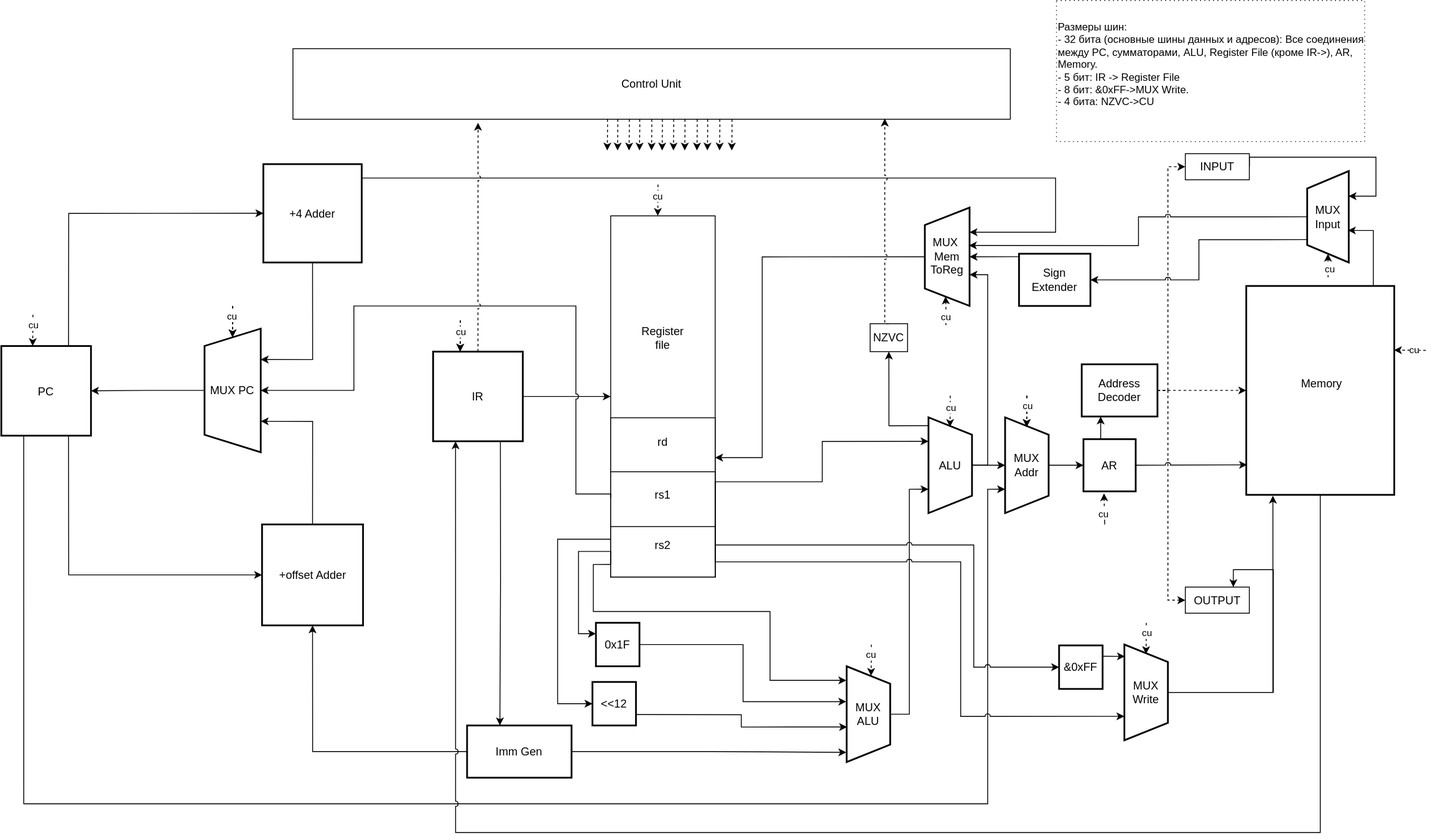
Above: new_vers.drawio.svg in Cass11037/csa-scheme (draw.io), before the change. Source tidied: cells renumbered, new cells last; positions are measured from the earlier drawing's top-left corner, leaving out a move shared by most shapes.
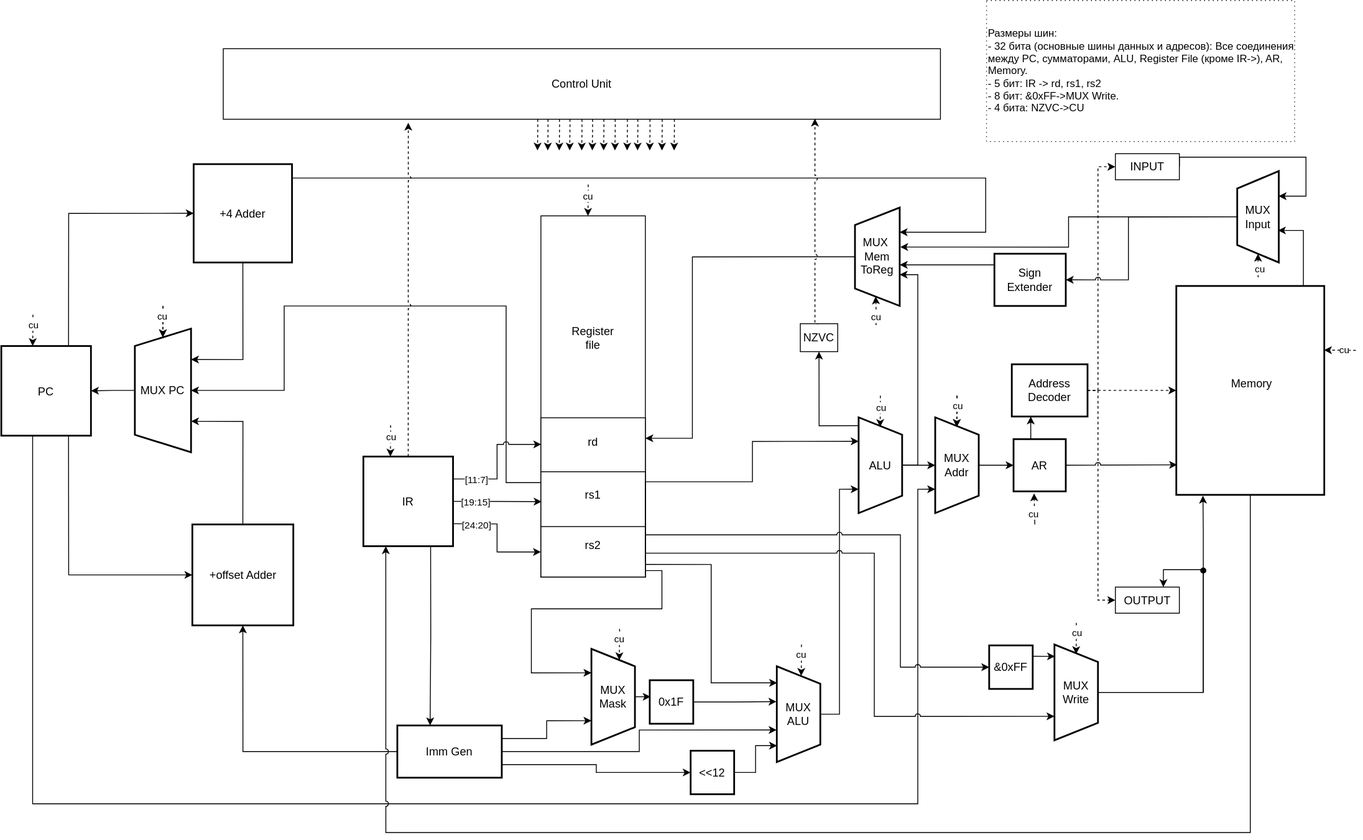
The same file after the commit.

Commit message:
fix(mask): fixed 0x1F && MUX Input && <<12 for lui

The edit, as a diff of the source:
```diff
@@ -7,5 +7,6 @@
         <Array as="points">
-          <mxPoint x="26" y="923" />
+          <mxPoint x="116" y="500" />
+          <mxPoint x="116" y="923" />
           <mxPoint x="1133" y="923" />
-          <mxPoint x="1133" y="561" />
+          <mxPoint x="1133" y="562" />
         </Array>
@@ -20,3 +21,3 @@
     <mxCell id="5" value="PC" style="rounded=0;whiteSpace=wrap;html=1;strokeWidth=2;imageWidth=24;imageHeight=24;fontSize=13;" parent="1" vertex="1">
-      <mxGeometry y="397" width="103" height="103" as="geometry" />
+      <mxGeometry x="80" y="397" width="103" height="103" as="geometry" />
     </mxCell>
@@ -54,6 +55,6 @@
     <mxCell id="14" style="group;fontSize=13;" parent="1" vertex="1">
-      <mxGeometry x="619" y="247.5" width="201" height="415" as="geometry" />
+      <mxGeometry x="619" y="247.5" width="219" height="415" as="geometry" />
     </mxCell>
     <mxCell id="15" style="group;fontSize=13;" parent="14" vertex="1">
-      <mxGeometry x="81" width="120" height="415" as="geometry" />
+      <mxGeometry x="81" width="138" height="415" as="geometry" />
     </mxCell>
@@ -83,5 +84,2 @@
     </mxCell>
-    <mxCell id="24" style="edgeStyle=orthogonalEdgeStyle;rounded=0;jettySize=auto;html=1;exitX=1;exitY=0.5;exitDx=0;exitDy=0;entryX=0;entryY=0.5;entryDx=0;entryDy=0;jumpStyle=arc;" parent="1" edge="1" source="26" target="16">
-      <mxGeometry relative="1" as="geometry" />
-    </mxCell>
     <mxCell id="25" style="edgeStyle=orthogonalEdgeStyle;rounded=0;jettySize=auto;html=1;exitX=0.75;exitY=1;exitDx=0;exitDy=0;entryX=0.314;entryY=-0.002;entryDx=0;entryDy=0;entryPerimeter=0;" parent="1" edge="1" source="26" target="29">
@@ -89,4 +87,20 @@
     </mxCell>
+    <mxCell id="118" style="edgeStyle=orthogonalEdgeStyle;rounded=0;jettySize=auto;html=1;exitX=1;exitY=0.5;exitDx=0;exitDy=0;entryX=0.006;entryY=0.284;entryDx=0;entryDy=0;entryPerimeter=0;" parent="1" edge="1" source="26" target="18">
+      <mxGeometry relative="1" as="geometry" />
+    </mxCell>
+    <mxCell id="119" value="[19:15]" style="edgeLabel;html=1;align=center;verticalAlign=middle;" parent="118" vertex="1">
+      <mxGeometry x="-0.55" y="-3" relative="1" as="geometry">
+        <mxPoint x="3" y="-3" as="offset" />
+      </mxGeometry>
+    </mxCell>
+    <mxCell id="120" style="edgeStyle=orthogonalEdgeStyle;rounded=0;jettySize=auto;html=1;exitX=1;exitY=0.75;exitDx=0;exitDy=0;" parent="1" edge="1" source="26" target="19">
+      <mxGeometry relative="1" as="geometry" />
+    </mxCell>
+    <mxCell id="121" value="[24:20]" style="edgeLabel;html=1;align=center;verticalAlign=middle;" parent="120" vertex="1">
+      <mxGeometry x="-0.77" relative="1" as="geometry">
+        <mxPoint x="10" y="1" as="offset" />
+      </mxGeometry>
+    </mxCell>
     <mxCell id="26" value="IR" style="rounded=0;whiteSpace=wrap;html=1;strokeWidth=2;imageWidth=24;imageHeight=24;fontSize=13;" parent="1" vertex="1">
-      <mxGeometry x="496" y="403.5" width="103" height="103" as="geometry" />
+      <mxGeometry x="496" y="524" width="103" height="103" as="geometry" />
     </mxCell>
@@ -95,5 +109,11 @@
     </mxCell>
-    <mxCell id="28" style="edgeStyle=orthogonalEdgeStyle;rounded=0;jettySize=auto;html=1;exitX=1;exitY=0.5;exitDx=0;exitDy=0;entryX=0.899;entryY=1.009;entryDx=0;entryDy=0;entryPerimeter=0;" parent="1" edge="1" source="29" target="31">
+    <mxCell id="28" style="edgeStyle=orthogonalEdgeStyle;rounded=0;jettySize=auto;html=1;exitX=1;exitY=0.5;exitDx=0;exitDy=0;entryX=0.665;entryY=1.006;entryDx=0;entryDy=0;entryPerimeter=0;" parent="1" edge="1" source="29" target="31">
       <mxGeometry relative="1" as="geometry" />
     </mxCell>
+    <mxCell id="122" style="edgeStyle=orthogonalEdgeStyle;rounded=0;jettySize=auto;html=1;exitX=1;exitY=0.25;exitDx=0;exitDy=0;entryX=0.75;entryY=1;entryDx=0;entryDy=0;" parent="1" edge="1" source="29" target="124">
+      <mxGeometry relative="1" as="geometry" />
+    </mxCell>
+    <mxCell id="123" style="edgeStyle=orthogonalEdgeStyle;rounded=0;jettySize=auto;html=1;exitX=1;exitY=0.75;exitDx=0;exitDy=0;" parent="1" edge="1" source="29" target="56">
+      <mxGeometry relative="1" as="geometry" />
+    </mxCell>
     <mxCell id="29" value="&amp;nbsp;&lt;br&gt;Imm Gen&lt;div&gt;&lt;br&gt;&lt;/div&gt;" style="rounded=0;whiteSpace=wrap;html=1;strokeWidth=2;fontSize=13;" parent="1" vertex="1">
@@ -158,12 +178,2 @@
     </mxCell>
-    <mxCell id="44" style="edgeStyle=orthogonalEdgeStyle;rounded=0;jettySize=auto;html=1;exitX=0;exitY=0.75;exitDx=0;exitDy=0;entryX=0.147;entryY=1.009;entryDx=0;entryDy=0;entryPerimeter=0;" parent="1" edge="1" source="19" target="31">
-      <mxGeometry relative="1" as="geometry">
-        <Array as="points">
-          <mxPoint x="680" y="648" />
-          <mxPoint x="680" y="702" />
-          <mxPoint x="883" y="702" />
-          <mxPoint x="883" y="781" />
-        </Array>
-      </mxGeometry>
-    </mxCell>
     <mxCell id="45" style="edgeStyle=orthogonalEdgeStyle;rounded=0;jettySize=auto;html=1;exitX=0.5;exitY=1;exitDx=0;exitDy=0;entryX=0.25;entryY=1;entryDx=0;entryDy=0;jumpStyle=arc;" parent="1" edge="1" source="46" target="26">
@@ -207,7 +217,8 @@
     </mxCell>
-    <mxCell id="52" style="edgeStyle=orthogonalEdgeStyle;rounded=0;jettySize=auto;html=1;entryX=1;entryY=0.25;entryDx=0;entryDy=0;exitX=0.5;exitY=0;exitDx=0;exitDy=0;" parent="1" edge="1" source="59" target="17">
+    <mxCell id="52" style="edgeStyle=orthogonalEdgeStyle;rounded=0;jettySize=auto;html=1;exitX=0.5;exitY=0;exitDx=0;exitDy=0;entryX=1;entryY=0.127;entryDx=0;entryDy=0;entryPerimeter=0;" parent="1" edge="1" source="59" target="17">
       <mxGeometry relative="1" as="geometry">
         <Array as="points">
-          <mxPoint x="874" y="295" />
-          <mxPoint x="874" y="525" />
+          <mxPoint x="874" y="294" />
+          <mxPoint x="874" y="503" />
+          <mxPoint x="820" y="503" />
         </Array>
@@ -224,7 +235,6 @@
     </mxCell>
-    <mxCell id="54" style="edgeStyle=orthogonalEdgeStyle;rounded=0;jettySize=auto;html=1;exitX=0;exitY=0.25;exitDx=0;exitDy=0;entryX=0.5;entryY=1;entryDx=0;entryDy=0;jumpStyle=arc;" parent="1" edge="1" source="18" target="12">
+    <mxCell id="54" style="edgeStyle=orthogonalEdgeStyle;rounded=0;jettySize=auto;html=1;entryX=0.5;entryY=1;entryDx=0;entryDy=0;jumpStyle=arc;" parent="1" edge="1" source="18" target="12">
       <mxGeometry relative="1" as="geometry">
         <Array as="points">
-          <mxPoint x="700" y="567" />
-          <mxPoint x="660" y="567" />
+          <mxPoint x="660" y="554" />
           <mxPoint x="660" y="351" />
@@ -235,10 +245,4 @@
     </mxCell>
-    <mxCell id="55" style="edgeStyle=orthogonalEdgeStyle;rounded=0;jettySize=auto;html=1;exitX=1;exitY=0.75;exitDx=0;exitDy=0;entryX=0.634;entryY=0.991;entryDx=0;entryDy=0;entryPerimeter=0;" parent="1" edge="1" source="56" target="31">
-      <mxGeometry relative="1" as="geometry" />
-    </mxCell>
-    <mxCell id="56" value="&amp;lt;&amp;lt;12" style="rounded=0;whiteSpace=wrap;html=1;strokeWidth=2;fontSize=13;" parent="1" vertex="1">
-      <mxGeometry x="679" y="783" width="50" height="50" as="geometry" />
-    </mxCell>
     <mxCell id="57" value="0x1F" style="rounded=0;whiteSpace=wrap;html=1;strokeWidth=2;fontSize=13;" parent="1" vertex="1">
-      <mxGeometry x="683" y="715" width="50" height="50" as="geometry" />
+      <mxGeometry x="825" y="781" width="50" height="50" as="geometry" />
     </mxCell>
@@ -271,5 +275,5 @@
         <Array as="points">
-          <mxPoint x="820" y="645" />
-          <mxPoint x="1102" y="645" />
-          <mxPoint x="1102" y="823" />
+          <mxPoint x="820" y="635" />
+          <mxPoint x="1083" y="635" />
+          <mxPoint x="1083" y="823" />
         </Array>
@@ -277,7 +281,8 @@
     </mxCell>
-    <mxCell id="65" style="edgeStyle=orthogonalEdgeStyle;rounded=0;jettySize=auto;html=1;exitX=0;exitY=0.25;exitDx=0;exitDy=0;entryX=0.5;entryY=1;entryDx=0;entryDy=0;" parent="1" edge="1" source="66" target="59">
+    <mxCell id="65" style="edgeStyle=orthogonalEdgeStyle;rounded=0;jettySize=auto;html=1;exitX=0;exitY=0.25;exitDx=0;exitDy=0;entryX=0.418;entryY=1.003;entryDx=0;entryDy=0;entryPerimeter=0;" parent="1" edge="1" source="66" target="59">
       <mxGeometry relative="1" as="geometry">
         <Array as="points">
+          <mxPoint x="1221" y="294" />
           <mxPoint x="1241" y="294" />
-          <mxPoint x="1177" y="294" />
+          <mxPoint x="1241" y="304" />
         </Array>
@@ -286,3 +291,3 @@
     <mxCell id="66" value="Sign Extender" style="rounded=0;whiteSpace=wrap;html=1;strokeWidth=2;fontSize=13;" parent="1" vertex="1">
-      <mxGeometry x="1169" y="291" width="82" height="60" as="geometry" />
+      <mxGeometry x="1221" y="291" width="82" height="60" as="geometry" />
     </mxCell>
@@ -301,7 +306,12 @@
     </mxCell>
-    <mxCell id="70" value="&lt;div&gt;Размеры шин:&lt;/div&gt;&lt;div&gt;- 32 бита (основные шины данных и адресов):&amp;nbsp;&lt;span style=&quot;background-color: transparent; color: light-dark(rgb(0, 0, 0), rgb(255, 255, 255));&quot;&gt;Все соединения между PC, сумматорами, ALU, Register File (кроме IR-&amp;gt;), AR, Memory.&lt;/span&gt;&lt;/div&gt;&lt;div&gt;- 5 бит: IR -&amp;gt; Register File&lt;/div&gt;&lt;div&gt;- 8 бит:&lt;span style=&quot;background-color: transparent; color: light-dark(rgb(0, 0, 0), rgb(255, 255, 255));&quot;&gt;&amp;nbsp;&amp;amp;0xFF-&amp;gt;MUX Write.&lt;/span&gt;&lt;/div&gt;&lt;div&gt;- 4 бита: NZVC-&amp;gt;CU&lt;/div&gt;&lt;div&gt;&lt;br&gt;&lt;/div&gt;" style="text;html=1;whiteSpace=wrap;strokeColor=default;fillColor=none;align=left;verticalAlign=middle;rounded=0;dashed=1;dashPattern=1 4;" parent="1" vertex="1">
+    <mxCell id="70" value="&lt;div&gt;Размеры шин:&lt;/div&gt;&lt;div&gt;- 32 бита (основные шины данных и адресов):&amp;nbsp;&lt;span style=&quot;background-color: transparent; color: light-dark(rgb(0, 0, 0), rgb(255, 255, 255));&quot;&gt;Все соединения между PC, сумматорами, ALU, Register File (кроме IR-&amp;gt;), AR, Memory.&lt;/span&gt;&lt;/div&gt;&lt;div&gt;- 5 бит: IR -&amp;gt; rd, rs1, rs2&lt;/div&gt;&lt;div&gt;- 8 бит:&lt;span style=&quot;background-color: transparent; color: light-dark(rgb(0, 0, 0), rgb(255, 255, 255));&quot;&gt;&amp;nbsp;&amp;amp;0xFF-&amp;gt;MUX Write.&lt;/span&gt;&lt;/div&gt;&lt;div&gt;- 4 бита: NZVC-&amp;gt;CU&lt;br&gt;&lt;/div&gt;" style="text;html=1;whiteSpace=wrap;strokeColor=default;fillColor=none;align=left;verticalAlign=middle;rounded=0;dashed=1;dashPattern=1 4;" parent="1" vertex="1">
       <mxGeometry x="1212" width="354" height="162" as="geometry" />
     </mxCell>
-    <mxCell id="71" style="edgeStyle=orthogonalEdgeStyle;rounded=0;jettySize=auto;html=1;exitX=0.25;exitY=0;exitDx=0;exitDy=0;jumpStyle=arc;" parent="1" edge="1" source="72" target="66">
-      <mxGeometry relative="1" as="geometry" />
+    <mxCell id="71" style="edgeStyle=orthogonalEdgeStyle;rounded=0;jettySize=auto;html=1;exitX=0.5;exitY=0;exitDx=0;exitDy=0;jumpStyle=arc;entryX=1;entryY=0.5;entryDx=0;entryDy=0;" parent="1" edge="1" source="72" target="66">
+      <mxGeometry relative="1" as="geometry">
+        <Array as="points">
+          <mxPoint x="1375" y="249" />
+          <mxPoint x="1375" y="321" />
+        </Array>
+      </mxGeometry>
     </mxCell>
@@ -310,6 +320,3 @@
     </mxCell>
-    <mxCell id="73" style="edgeStyle=orthogonalEdgeStyle;rounded=0;jettySize=auto;html=1;exitX=0.5;exitY=0;exitDx=0;exitDy=0;entryX=0.615;entryY=0.986;entryDx=0;entryDy=0;entryPerimeter=0;jumpStyle=arc;" parent="1" edge="1" source="72" target="59">
-      <mxGeometry relative="1" as="geometry" />
-    </mxCell>
-    <mxCell id="74" style="edgeStyle=orthogonalEdgeStyle;rounded=0;jettySize=auto;html=1;exitX=0.5;exitY=0;exitDx=0;exitDy=0;entryX=0.18;entryY=1.004;entryDx=0;entryDy=0;entryPerimeter=0;" parent="1" edge="1" source="62" target="46">
+    <mxCell id="74" style="edgeStyle=orthogonalEdgeStyle;rounded=0;jettySize=auto;html=1;exitX=0.5;exitY=0;exitDx=0;exitDy=0;entryX=0.18;entryY=1.004;entryDx=0;entryDy=0;entryPerimeter=0;" parent="1" edge="1" source="131" target="46">
       <mxGeometry relative="1" as="geometry" />
@@ -319,24 +326,8 @@
     </mxCell>
-    <mxCell id="76" style="edgeStyle=orthogonalEdgeStyle;rounded=0;jettySize=auto;html=1;exitX=0;exitY=0.75;exitDx=0;exitDy=0;entryX=0;entryY=0.25;entryDx=0;entryDy=0;" parent="1" edge="1" source="19" target="57">
-      <mxGeometry relative="1" as="geometry">
-        <Array as="points">
-          <mxPoint x="700" y="633" />
-          <mxPoint x="663" y="633" />
-          <mxPoint x="663" y="727" />
-        </Array>
-      </mxGeometry>
-    </mxCell>
-    <mxCell id="77" style="edgeStyle=orthogonalEdgeStyle;rounded=0;jettySize=auto;html=1;exitX=0;exitY=0.25;exitDx=0;exitDy=0;entryX=0;entryY=0.5;entryDx=0;entryDy=0;" parent="1" edge="1" source="19" target="56">
-      <mxGeometry relative="1" as="geometry">
-        <Array as="points">
-          <mxPoint x="639" y="619" />
-          <mxPoint x="639" y="808" />
-        </Array>
-      </mxGeometry>
-    </mxCell>
-    <mxCell id="78" style="edgeStyle=orthogonalEdgeStyle;rounded=0;jettySize=auto;html=1;exitX=1.005;exitY=0.364;exitDx=0;exitDy=0;entryX=0;entryY=0.5;entryDx=0;entryDy=0;jumpStyle=arc;exitPerimeter=0;" parent="1" edge="1" source="19" target="60">
+    <mxCell id="78" style="edgeStyle=orthogonalEdgeStyle;rounded=0;jettySize=auto;html=1;exitX=0.999;exitY=0.699;exitDx=0;exitDy=0;entryX=0;entryY=0.5;entryDx=0;entryDy=0;jumpStyle=arc;exitPerimeter=0;" parent="1" edge="1" source="19" target="60">
       <mxGeometry relative="1" as="geometry">
         <Array as="points">
-          <mxPoint x="1117" y="626" />
-          <mxPoint x="1117" y="766" />
+          <mxPoint x="820" y="614" />
+          <mxPoint x="1113" y="614" />
+          <mxPoint x="1113" y="766" />
         </Array>
@@ -458,7 +449,7 @@
       <mxGeometry relative="1" as="geometry">
-        <mxPoint x="36.3" y="361" as="sourcePoint" />
-        <mxPoint x="36" y="397" as="targetPoint" />
+        <mxPoint x="116.3" y="361" as="sourcePoint" />
+        <mxPoint x="116" y="397" as="targetPoint" />
         <Array as="points">
-          <mxPoint x="36.3" y="370" />
-          <mxPoint x="36.3" y="370" />
+          <mxPoint x="116.3" y="370" />
+          <mxPoint x="116.3" y="370" />
         </Array>
@@ -471,12 +462,2 @@
     </mxCell>
-    <mxCell id="94" style="edgeStyle=orthogonalEdgeStyle;rounded=0;orthogonalLoop=1;jettySize=auto;html=1;entryX=1;entryY=0.5;entryDx=0;entryDy=0;dashed=1;" parent="1" edge="1">
-      <mxGeometry relative="1" as="geometry">
-        <mxPoint x="527.3" y="367.5" as="sourcePoint" />
-        <mxPoint x="527" y="403.5" as="targetPoint" />
-        <Array as="points">
-          <mxPoint x="527.3" y="376.5" />
-          <mxPoint x="527.3" y="376.5" />
-        </Array>
-      </mxGeometry>
-    </mxCell>
     <mxCell id="95" style="edgeStyle=orthogonalEdgeStyle;rounded=0;orthogonalLoop=1;jettySize=auto;html=1;entryX=1;entryY=0.5;entryDx=0;entryDy=0;dashed=1;" parent="1" edge="1">
@@ -498,7 +479,7 @@
       <mxGeometry relative="1" as="geometry">
-        <mxPoint x="527.3" y="367.5" as="sourcePoint" />
-        <mxPoint x="527" y="403.5" as="targetPoint" />
+        <mxPoint x="527.3" y="488" as="sourcePoint" />
+        <mxPoint x="527" y="524" as="targetPoint" />
         <Array as="points">
-          <mxPoint x="527.3" y="376.5" />
-          <mxPoint x="527.3" y="376.5" />
+          <mxPoint x="527.3" y="497" />
+          <mxPoint x="527.3" y="497" />
         </Array>
@@ -663,2 +644,77 @@
     </mxCell>
+    <mxCell id="124" value="MUX Mask" style="shape=trapezoid;perimeter=trapezoidPerimeter;whiteSpace=wrap;html=1;fixedSize=1;strokeWidth=2;direction=south;fontSize=13;" parent="1" vertex="1">
+      <mxGeometry x="758" y="745" width="50" height="110" as="geometry" />
+    </mxCell>
+    <mxCell id="125" style="edgeStyle=orthogonalEdgeStyle;rounded=0;jettySize=auto;html=1;exitX=0.5;exitY=0;exitDx=0;exitDy=0;entryX=0.017;entryY=0.397;entryDx=0;entryDy=0;entryPerimeter=0;" parent="1" edge="1" source="124" target="57">
+      <mxGeometry relative="1" as="geometry" />
+    </mxCell>
+    <mxCell id="126" style="edgeStyle=orthogonalEdgeStyle;rounded=0;orthogonalLoop=1;jettySize=auto;html=1;entryX=1;entryY=0.5;entryDx=0;entryDy=0;dashed=1;" parent="1" edge="1">
+      <mxGeometry relative="1" as="geometry">
+        <mxPoint x="790.3" y="722" as="sourcePoint" />
+        <mxPoint x="790" y="758" as="targetPoint" />
+        <Array as="points">
+          <mxPoint x="790" y="724" />
+          <mxPoint x="790" y="724" />
+        </Array>
+      </mxGeometry>
+    </mxCell>
+    <mxCell id="127" value="cu" style="edgeLabel;html=1;align=center;verticalAlign=middle;" parent="126" vertex="1">
+      <mxGeometry x="-0.45" y="2" relative="1" as="geometry">
+        <mxPoint x="-3" y="1" as="offset" />
+      </mxGeometry>
+    </mxCell>
+    <mxCell id="73" style="edgeStyle=orthogonalEdgeStyle;rounded=0;jettySize=auto;html=1;exitX=0.5;exitY=0;exitDx=0;exitDy=0;entryX=0.599;entryY=1.013;entryDx=0;entryDy=0;entryPerimeter=0;" parent="1" edge="1" source="72" target="59">
+      <mxGeometry relative="1" as="geometry" />
+    </mxCell>
+    <mxCell id="128" style="edgeStyle=orthogonalEdgeStyle;rounded=0;orthogonalLoop=1;jettySize=auto;html=1;entryX=1;entryY=0.5;entryDx=0;entryDy=0;dashed=1;" parent="1" edge="1">
+      <mxGeometry relative="1" as="geometry">
+        <mxPoint x="853.3" y="136.4" as="sourcePoint" />
+        <mxPoint x="853" y="172.4" as="targetPoint" />
+        <Array as="points">
+          <mxPoint x="853.3" y="145.4" />
+          <mxPoint x="853.3" y="145.4" />
+        </Array>
+      </mxGeometry>
+    </mxCell>
+    <mxCell id="44" style="edgeStyle=orthogonalEdgeStyle;rounded=0;jettySize=auto;html=1;exitX=1;exitY=0.75;exitDx=0;exitDy=0;entryX=0.173;entryY=0.994;entryDx=0;entryDy=0;entryPerimeter=0;" parent="1" edge="1" source="19" target="31">
+      <mxGeometry relative="1" as="geometry" />
+    </mxCell>
+    <mxCell id="129" style="edgeStyle=orthogonalEdgeStyle;rounded=0;jettySize=auto;html=1;entryX=0.25;entryY=1;entryDx=0;entryDy=0;" parent="1" edge="1" target="124">
+      <mxGeometry relative="1" as="geometry">
+        <mxPoint x="820" y="655" as="sourcePoint" />
+        <Array as="points">
+          <mxPoint x="820" y="655" />
+          <mxPoint x="839" y="655" />
+          <mxPoint x="839" y="699" />
+          <mxPoint x="689" y="699" />
+          <mxPoint x="689" y="773" />
+        </Array>
+      </mxGeometry>
+    </mxCell>
+    <mxCell id="56" value="&amp;lt;&amp;lt;12" style="rounded=0;whiteSpace=wrap;html=1;strokeWidth=2;fontSize=13;" parent="1" vertex="1">
+      <mxGeometry x="872" y="862" width="50" height="50" as="geometry" />
+    </mxCell>
+    <mxCell id="55" style="edgeStyle=orthogonalEdgeStyle;rounded=0;jettySize=auto;html=1;exitX=1;exitY=0.5;exitDx=0;exitDy=0;entryX=0.829;entryY=0.996;entryDx=0;entryDy=0;entryPerimeter=0;" parent="1" edge="1" source="56" target="31">
+      <mxGeometry relative="1" as="geometry" />
+    </mxCell>
+    <mxCell id="130" style="edgeStyle=orthogonalEdgeStyle;rounded=0;jettySize=auto;html=1;exitX=0.5;exitY=0;exitDx=0;exitDy=0;entryX=0.45;entryY=0.607;entryDx=0;entryDy=0;entryPerimeter=0;endArrow=none;endFill=0;" parent="1" edge="1" source="62" target="131">
+      <mxGeometry relative="1" as="geometry">
+        <Array as="points">
+          <mxPoint x="1461" y="795" />
+          <mxPoint x="1461" y="658" />
+          <mxPoint x="1461" y="658" />
+        </Array>
+      </mxGeometry>
+    </mxCell>
+    <mxCell id="131" style="ellipse;whiteSpace=wrap;html=1;fillColor=#000000;" parent="1" vertex="1">
+      <mxGeometry x="1458" y="652" width="6" height="6" as="geometry" />
+    </mxCell>
+    <mxCell id="132" style="edgeStyle=orthogonalEdgeStyle;rounded=0;jettySize=auto;html=1;exitX=1;exitY=0.25;exitDx=0;exitDy=0;entryX=0.003;entryY=0.167;entryDx=0;entryDy=0;entryPerimeter=0;jumpStyle=arc;" parent="1" edge="1" source="26" target="17">
+      <mxGeometry relative="1" as="geometry" />
+    </mxCell>
+    <mxCell id="133" value="[11:7]" style="edgeLabel;html=1;align=center;verticalAlign=middle;" parent="132" vertex="1">
+      <mxGeometry x="-0.65" y="2" relative="1" as="geometry">
+        <mxPoint x="2" y="2" as="offset" />
+      </mxGeometry>
+    </mxCell>
   </root>
```
